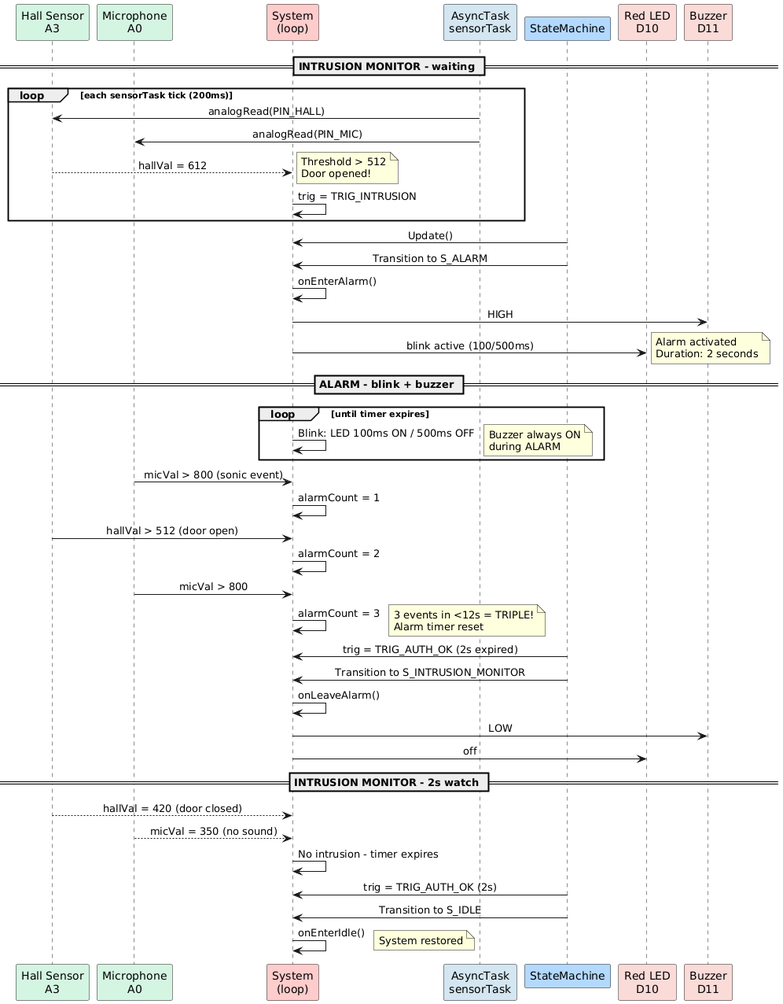
Before: docs/UML/IntrusionAlarm.png, a diagram exported from PlantUML (FernandoMulato/Final-Arduino-Project). Source of this version:
```plantuml
@startuml IntrusionAlarm

skinparam backgroundColor white
skinparam defaultFontName SansSerif
skinparam sequenceMessageAlign center

participant "Hall Sensor\nA3" as HALL #D5F5E3
participant "Microphone\nA0" as MIC #D5F5E3
participant "System\n(loop)" as SYS #FFCCCC
participant "AsyncTask\nsensorTask" as ASYNC #D4E6F1
participant "StateMachine" as FSM #B3D9FF
participant "Red LED\nD10" as LED #FADBD8
participant "Buzzer\nD11" as BUZ #FADBD8

== INTRUSION MONITOR - waiting ==
note right: State S_MONITOR_INTRUSOS\nLCD: "MONITOR SEC"

loop each sensorTask tick (200ms)
  ASYNC -> HALL: analogRead(PIN_HALL)
  ASYNC -> MIC: analogRead(PIN_MIC)
  HALL --> SYS: hallVal = 612
  note right: Threshold > 512\nDoor opened!
  SYS -> SYS: trig = TRIG_INTRUSION
end

FSM -> SYS: Update()
FSM -> SYS: Transition to S_ALARM
SYS -> SYS: onEnterAlarm()
SYS -> BUZ: HIGH
SYS -> LED: blink active (100/500ms)
note right: Alarm activated\nDuration: 2 seconds

== ALARM - blink + buzzer ==
loop until timer expires
  SYS -> SYS: Blink: LED 100ms ON / 500ms OFF
  note right: Buzzer always ON\nduring ALARM
end

MIC -> SYS: micVal > 800 (sonic event)
SYS -> SYS: alarmCount = 1
HALL -> SYS: hallVal > 512 (door open)
SYS -> SYS: alarmCount = 2
MIC -> SYS: micVal > 800
SYS -> SYS: alarmCount = 3
note right: 3 events in <12s = TRIPLE!\nAlarm timer reset

FSM -> SYS: trig = TRIG_AUTH_OK (2s expired)
FSM -> SYS: Transition to S_INTRUSION_MONITOR
SYS -> SYS: onLeaveAlarm()
SYS -> BUZ: LOW
SYS -> LED: off

== INTRUSION MONITOR - 2s watch ==
HALL --> SYS: hallVal = 420 (door closed)
MIC --> SYS: micVal = 350 (no sound)
SYS -> SYS: No intrusion - timer expires

FSM -> SYS: trig = TRIG_AUTH_OK (2s)
FSM -> SYS: Transition to S_IDLE
SYS -> SYS: onEnterIdle()
note right: System restored

@enduml
```
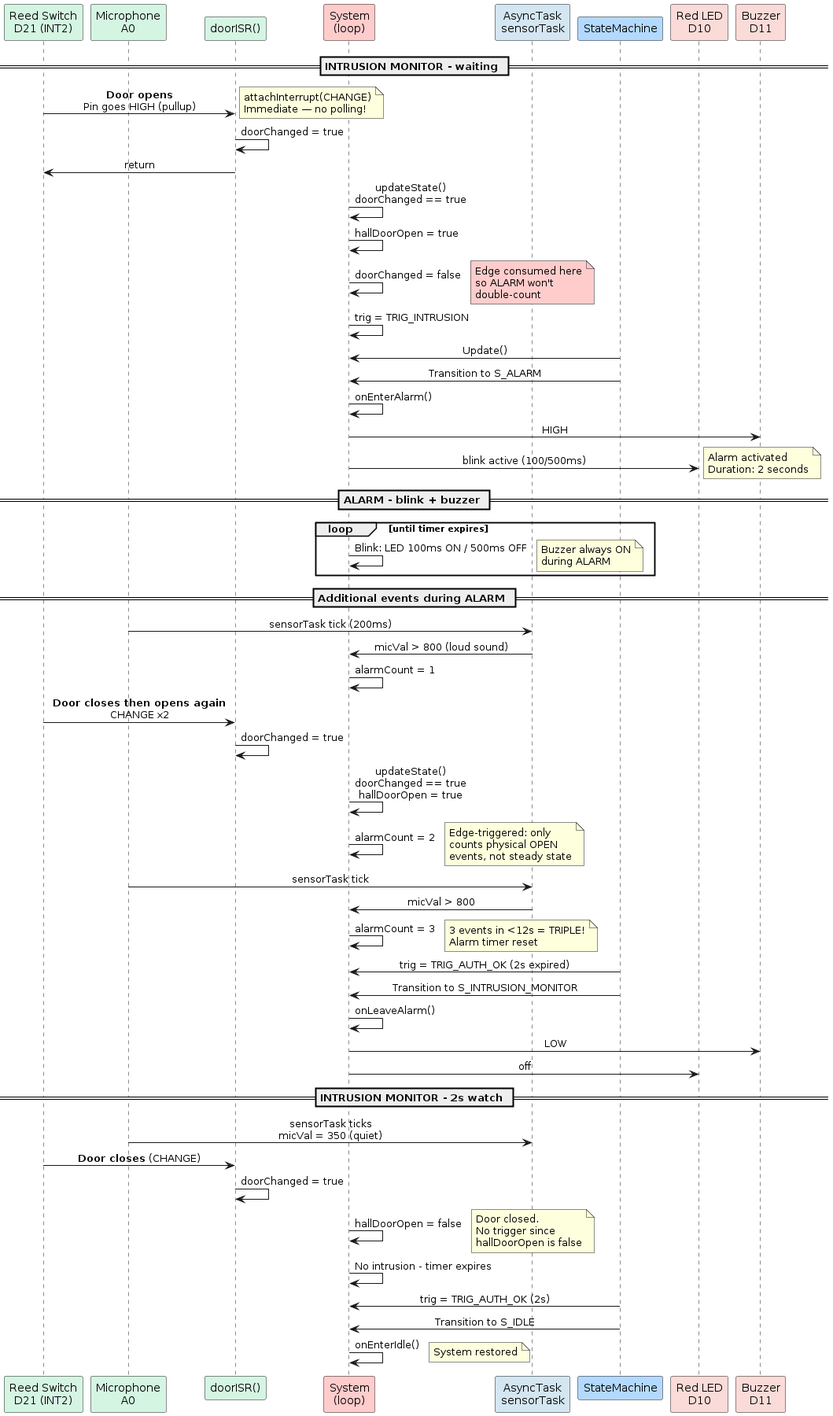
Later version of the same file.

Commit message:
feat(door): implement interrupt-driven door detection on D21 (INT2)

Change to the diagram source:
```diff
@@ -4,8 +4,9 @@
 skinparam defaultFontName SansSerif
 skinparam sequenceMessageAlign center
 
-participant "Hall Sensor\nA3" as HALL #D5F5E3
+participant "Reed Switch\nD21 (INT2)" as REED #D5F5E3
 participant "Microphone\nA0" as MIC #D5F5E3
+participant "doorISR()" as ISR #D5F5E3
 participant "System\n(loop)" as SYS #FFCCCC
 participant "AsyncTask\nsensorTask" as ASYNC #D4E6F1
 participant "StateMachine" as FSM #B3D9FF
@@ -13,15 +14,18 @@
 participant "Buzzer\nD11" as BUZ #FADBD8
 
 == INTRUSION MONITOR - waiting ==
-note right: State S_MONITOR_INTRUSOS\nLCD: "MONITOR SEC"
+note right: State S_INTRUSION_MONITOR\nLCD: "MONITOR SEC"
 
-loop each sensorTask tick (200ms)
-  ASYNC -> HALL: analogRead(PIN_HALL)
-  ASYNC -> MIC: analogRead(PIN_MIC)
-  HALL --> SYS: hallVal = 612
-  note right: Threshold > 512\nDoor opened!
-  SYS -> SYS: trig = TRIG_INTRUSION
-end
+REED -> ISR: **Door opens**\nPin goes HIGH (pullup)
+note right: attachInterrupt(CHANGE)\nImmediate — no polling!
+ISR -> ISR: doorChanged = true
+ISR -> REED: return
+
+SYS -> SYS: updateState()\ndoorChanged == true
+SYS -> SYS: hallDoorOpen = true
+SYS -> SYS: doorChanged = false
+note right #FFCCCC: Edge consumed here\nso ALARM won't\ndouble-count
+SYS -> SYS: trig = TRIG_INTRUSION
 
 FSM -> SYS: Update()
 FSM -> SYS: Transition to S_ALARM
@@ -36,11 +40,19 @@
   note right: Buzzer always ON\nduring ALARM
 end
 
-MIC -> SYS: micVal > 800 (sonic event)
+== Additional events during ALARM ==
+MIC -> ASYNC: sensorTask tick (200ms)
+ASYNC -> SYS: micVal > 800 (loud sound)
 SYS -> SYS: alarmCount = 1
-HALL -> SYS: hallVal > 512 (door open)
+
+REED -> ISR: **Door closes then opens again**\nCHANGE x2
+ISR -> ISR: doorChanged = true
+SYS -> SYS: updateState()\ndoorChanged == true\nhallDoorOpen = true
 SYS -> SYS: alarmCount = 2
-MIC -> SYS: micVal > 800
+note right: Edge-triggered: only\ncounts physical OPEN\nevents, not steady state
+
+MIC -> ASYNC: sensorTask tick
+ASYNC -> SYS: micVal > 800
 SYS -> SYS: alarmCount = 3
 note right: 3 events in <12s = TRIPLE!\nAlarm timer reset
 
@@ -51,10 +63,13 @@
 SYS -> LED: off
 
 == INTRUSION MONITOR - 2s watch ==
-HALL --> SYS: hallVal = 420 (door closed)
-MIC --> SYS: micVal = 350 (no sound)
+MIC -> ASYNC: sensorTask ticks\nmicVal = 350 (quiet)
+REED -> ISR: **Door closes** (CHANGE)
+ISR -> ISR: doorChanged = true
+SYS -> SYS: hallDoorOpen = false
+note right: Door closed.\nNo trigger since\nhallDoorOpen is false
+
 SYS -> SYS: No intrusion - timer expires
-
 FSM -> SYS: trig = TRIG_AUTH_OK (2s)
 FSM -> SYS: Transition to S_IDLE
 SYS -> SYS: onEnterIdle()
```
